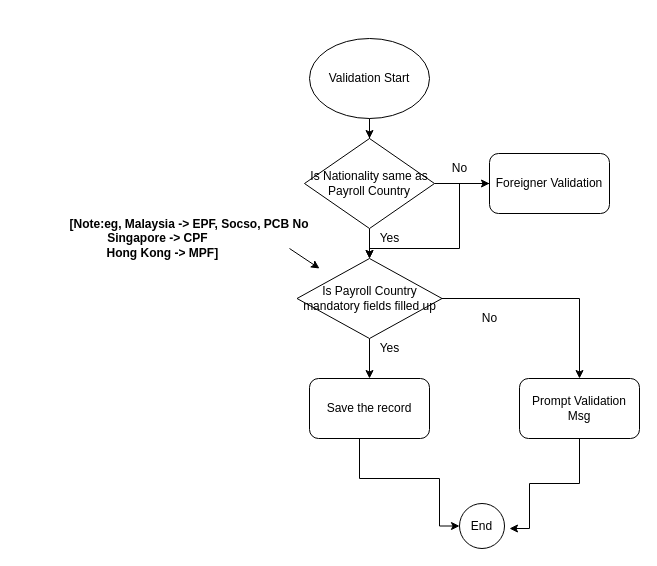
Harbringer666/Harbringer keeps this draw.io diagram as page "Validation" (4 of 4) of Untitled Diagram.drawio. Above is the earlier version. Source tidied: cells renumbered, new cells numbered last; positions are measured from the earlier drawing's top-left corner, leaving out a move shared by most shapes. Both pictures are drawn from the tidied source at 100%, with x=0, y=0 at pixel (49, 38).
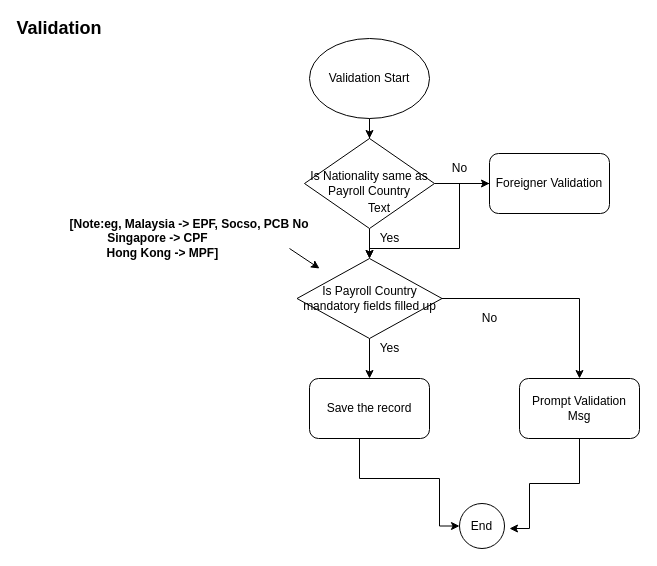
After the change.

The edit, as a diff of the source:
```diff
@@
+    <mxCell id="23" value="Text" style="text;html=1;strokeColor=none;fillColor=none;align=center;verticalAlign=middle;whiteSpace=wrap;rounded=0;" parent="1" vertex="1">
+      <mxGeometry x="310" y="160" width="40" height="20" as="geometry" />
+    </mxCell>
+    <mxCell id="24" value="&lt;font style=&quot;font-size: 18px&quot;&gt;&lt;b&gt;Validation&lt;/b&gt;&lt;/font&gt;" style="text;html=1;strokeColor=none;fillColor=none;align=center;verticalAlign=middle;whiteSpace=wrap;rounded=0;" parent="1" vertex="1">
+      <mxGeometry x="-10" y="-20" width="40" height="20" as="geometry" />
+    </mxCell>
```
